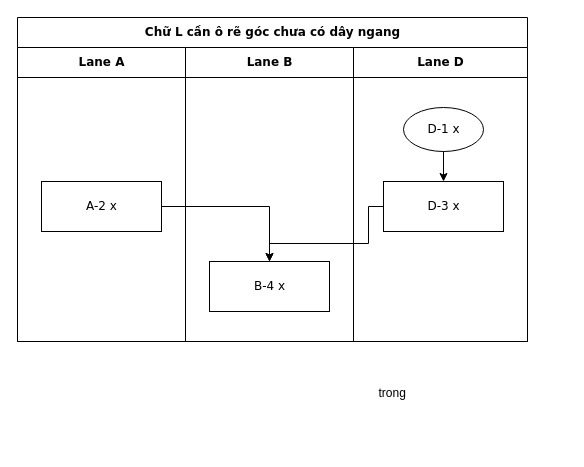
Before: conformance/merge/fuzz-64/flow.drawio in luytbq/flowcast, a draw.io diagram. Source tidied: cells renumbered, new cells numbered last; positions are measured from the earlier drawing's top-left corner, leaving out a move shared by most shapes. Both pictures are drawn from the tidied source at 100%, with x=0, y=0 at pixel (17, 17).
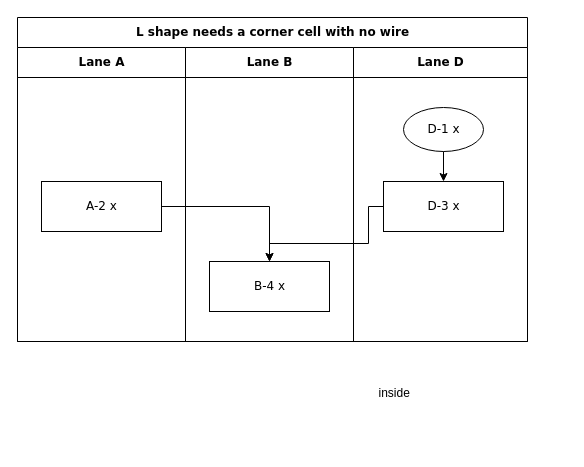
The same page after the edit.

Diff of the diagram source:
```diff
@@
 <mxGraphModel>
   <root>
     <mxCell id="0" />
     <mxCell id="1" parent="0" />
-    <mxCell id="2" value="Chữ L cần ô rẽ góc chưa có dây ngang" style="swimlane;html=1;startSize=30;fontStyle=1;fontFamily=Verdana;fontSize=12;flowtable=1;" parent="1" vertex="1">
+    <mxCell id="2" value="L shape needs a corner cell with no wire" style="swimlane;html=1;startSize=30;fontStyle=1;fontFamily=Verdana;fontSize=12;flowtable=1;" parent="1" vertex="1">
       <mxGeometry width="510" height="324" as="geometry" />
     </mxCell>
     <mxCell id="3" value="Lane A" style="swimlane;html=1;startSize=30;fontFamily=Verdana;fontSize=12;flowtable=1;" parent="2" vertex="1">
       <mxGeometry y="30" width="168" height="294" as="geometry" />
     </mxCell>
     <mxCell id="4" value="Lane B" style="swimlane;html=1;startSize=30;fontFamily=Verdana;fontSize=12;flowtable=1;" parent="2" vertex="1">
       <mxGeometry x="168" y="30" width="168" height="294" as="geometry" />
     </mxCell>
     <mxCell id="5" value="Lane D" style="swimlane;html=1;startSize=30;fontFamily=Verdana;fontSize=12;flowtable=1;" parent="2" vertex="1">
       <mxGeometry x="336" y="30" width="174" height="294" as="geometry" />
     </mxCell>
     <mxCell id="6" value="D-1 x" style="ellipse;html=1;fontFamily=Verdana;fontSize=12;flowtable=1;" parent="5" vertex="1">
       <mxGeometry x="50" y="60" width="80" height="44" as="geometry" />
     </mxCell>
     <mxCell id="7" value="A-2 x" style="rounded=0;html=1;fontFamily=Verdana;fontSize=12;flowtable=1;" parent="3" vertex="1">
       <mxGeometry x="24" y="134" width="120" height="50" as="geometry" />
     </mxCell>
     <mxCell id="8" value="D-3 x" style="rounded=0;html=1;fontFamily=Verdana;fontSize=12;flowtable=1;" parent="5" vertex="1">
       <mxGeometry x="30" y="134" width="120" height="50" as="geometry" />
     </mxCell>
     <mxCell id="9" value="B-4 x" style="rounded=0;html=1;fontFamily=Verdana;fontSize=12;flowtable=1;" parent="4" vertex="1">
       <mxGeometry x="24" y="214" width="120" height="50" as="geometry" />
     </mxCell>
     <mxCell id="10" style="edgeStyle=orthogonalEdgeStyle;rounded=0;jettySize=auto;html=1;labelBackgroundColor=default;exitX=0.5;exitY=1;exitDx=0;exitDy=0;entryX=0.5;entryY=0;entryDx=0;entryDy=0;fontFamily=Verdana;fontSize=12;flowtable=1;" parent="2" edge="1" source="6" target="8">
       <mxGeometry relative="1" as="geometry" />
     </mxCell>
     <mxCell id="11" style="edgeStyle=orthogonalEdgeStyle;rounded=0;jettySize=auto;html=1;labelBackgroundColor=default;exitX=1;exitY=0.5;exitDx=0;exitDy=0;entryX=0.5;entryY=0;entryDx=0;entryDy=0;fontFamily=Verdana;fontSize=12;flowtable=1;" parent="2" edge="1" source="7" target="9">
       <mxGeometry relative="1" as="geometry">
         <Array as="points">
           <mxPoint x="252" y="189" />
         </Array>
       </mxGeometry>
     </mxCell>
     <mxCell id="12" style="edgeStyle=orthogonalEdgeStyle;rounded=0;jettySize=auto;html=1;labelBackgroundColor=default;exitX=0;exitY=0.5;exitDx=0;exitDy=0;entryX=0.5;entryY=0;entryDx=0;entryDy=0;fontFamily=Verdana;fontSize=12;flowtable=1;" parent="2" edge="1" source="8" target="9">
       <mxGeometry relative="1" as="geometry">
         <Array as="points">
           <mxPoint x="351" y="189" />
           <mxPoint x="351" y="226" />
           <mxPoint x="252" y="226" />
         </Array>
       </mxGeometry>
     </mxCell>
     <mxCell id="13" style="group;" parent="5" vertex="1">
       <mxGeometry x="13.5" y="321.6" width="200" height="80" as="geometry" />
     </mxCell>
-    <mxCell id="14" value="trong" style="text;" parent="13" vertex="1">
+    <mxCell id="14" value="inside" style="text;" parent="13" vertex="1">
       <mxGeometry x="10" y="10" width="100" height="30" as="geometry" />
     </mxCell>
   </root>
 </mxGraphModel>
```
